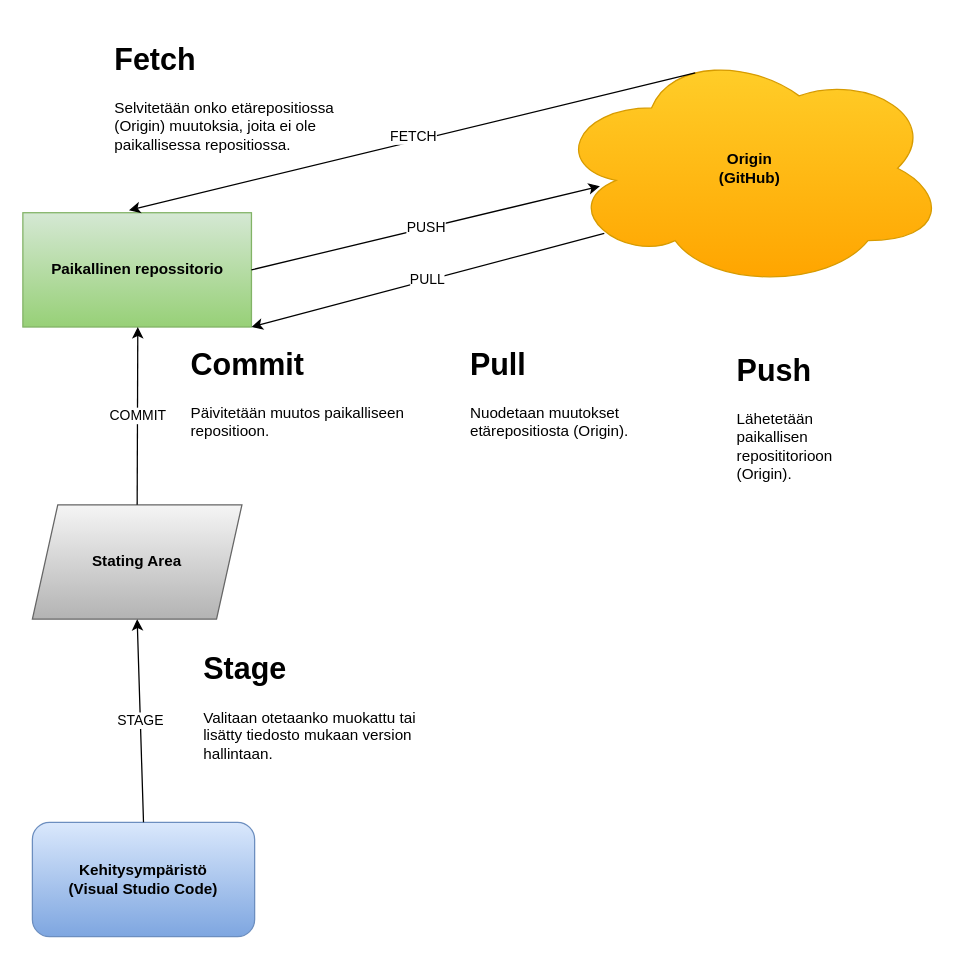
The draw.io diagram Docs/Pictures/Versiohallinta.drawio in JouniKiiskila/OhjelmointiTA, before the edit. Source tidied: cells renumbered, new cells numbered last; positions are measured from the earlier drawing's top-left corner, leaving out a move shared by most shapes. Both pictures are drawn from the tidied source at 127%, with x=0, y=0 at pixel (22, 34).
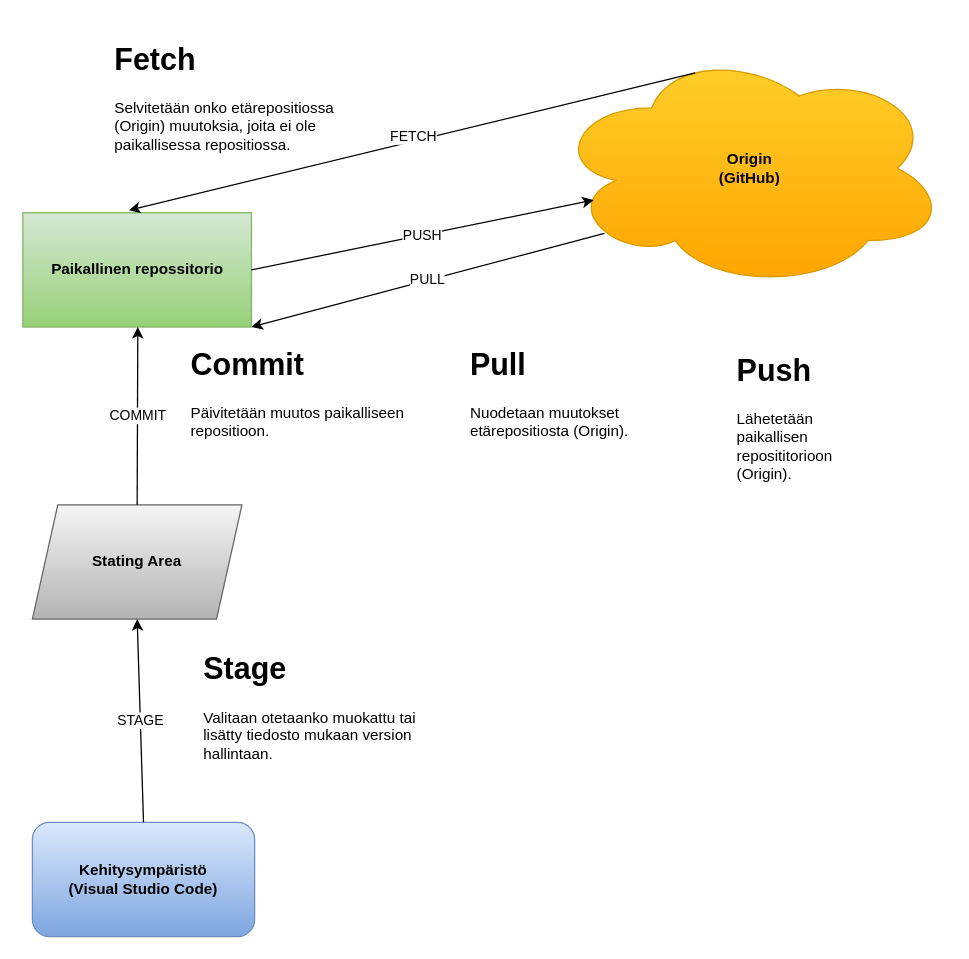
Above is the later version.

The edit, as a diff of the source:
```diff
@@
 <mxGraphModel>
   <root>
     <mxCell id="0" />
     <mxCell id="1" parent="0" />
     <mxCell id="2" value="Origin &lt;br style=&quot;font-size: 11px&quot;&gt;(GitHub)" style="ellipse;shape=cloud;whiteSpace=wrap;html=1;gradientColor=#ffa500;fillColor=#ffcd28;strokeColor=#d79b00;fontStyle=1;" parent="1" vertex="1">
       <mxGeometry x="418" y="10" width="310" height="190" as="geometry" />
     </mxCell>
     <mxCell id="3" value="&lt;b&gt;Paikallinen repossitorio&lt;/b&gt;" style="rounded=0;whiteSpace=wrap;html=1;gradientColor=#97d077;fillColor=#d5e8d4;strokeColor=#82b366;" parent="1" vertex="1">
       <mxGeometry x="0.5" y="140" width="180" height="90" as="geometry" />
     </mxCell>
     <mxCell id="4" value="&lt;b&gt;Kehitysympäristö&lt;br&gt;(Visual Studio Code)&lt;/b&gt;" style="rounded=1;whiteSpace=wrap;html=1;gradientColor=#7ea6e0;fillColor=#dae8fc;strokeColor=#6c8ebf;" parent="1" vertex="1">
       <mxGeometry x="8" y="620" width="175" height="90" as="geometry" />
     </mxCell>
     <mxCell id="5" value="&lt;b&gt;Stating Area&lt;/b&gt;" style="shape=parallelogram;perimeter=parallelogramPerimeter;whiteSpace=wrap;html=1;fixedSize=1;gradientColor=#b3b3b3;fillColor=#f5f5f5;strokeColor=#666666;" parent="1" vertex="1">
       <mxGeometry x="8" y="370" width="165" height="90" as="geometry" />
     </mxCell>
     <mxCell id="6" value="STAGE" style="endArrow=classic;html=1;exitX=0.5;exitY=0;exitDx=0;exitDy=0;entryX=0.5;entryY=1;entryDx=0;entryDy=0;labelBackgroundColor=#FFFFFF;" parent="1" edge="1" source="4" target="5">
       <mxGeometry relative="1" as="geometry" />
     </mxCell>
     <mxCell id="7" value="COMMIT" style="endArrow=classic;html=1;exitX=0.5;exitY=0;exitDx=0;exitDy=0;" parent="1" edge="1" source="5">
       <mxGeometry relative="1" as="geometry">
         <mxPoint x="91" y="230" as="targetPoint" />
       </mxGeometry>
     </mxCell>
-    <mxCell id="8" value="PUSH" style="endArrow=classic;html=1;labelBackgroundColor=#FFFFFF;exitX=1;exitY=0.5;exitDx=0;exitDy=0;entryX=0.119;entryY=0.574;entryDx=0;entryDy=0;entryPerimeter=0;" parent="1" edge="1" source="3" target="2">
+    <mxCell id="8" value="PUSH" style="endArrow=classic;html=1;labelBackgroundColor=#FFFFFF;exitX=1;exitY=0.5;exitDx=0;exitDy=0;entryX=0.103;entryY=0.632;entryDx=0;entryDy=0;entryPerimeter=0;" parent="1" edge="1" source="3" target="2">
       <mxGeometry relative="1" as="geometry" />
     </mxCell>
     <mxCell id="9" value="FETCH" style="endArrow=classic;html=1;labelBackgroundColor=#FFFFFF;exitX=0.361;exitY=0.105;exitDx=0;exitDy=0;exitPerimeter=0;entryX=0.464;entryY=-0.022;entryDx=0;entryDy=0;entryPerimeter=0;" parent="1" edge="1" source="2" target="3">
       <mxGeometry x="-0.01" y="-4" relative="1" as="geometry" />
     </mxCell>
     <mxCell id="10" value="PULL" style="endArrow=classic;html=1;labelBackgroundColor=#FFFFFF;entryX=1;entryY=1;entryDx=0;entryDy=0;exitX=0.13;exitY=0.77;exitDx=0;exitDy=0;exitPerimeter=0;" parent="1" edge="1" source="2" target="3">
       <mxGeometry relative="1" as="geometry" />
     </mxCell>
     <mxCell id="11" value="&lt;h1&gt;Stage&lt;/h1&gt;&lt;p&gt;Valitaan otetaanko muokattu tai lisätty tiedosto mukaan version hallintaan.&lt;/p&gt;" style="text;html=1;strokeColor=none;fillColor=none;spacing=5;spacingTop=-20;whiteSpace=wrap;overflow=hidden;rounded=0;" parent="1" vertex="1">
       <mxGeometry x="138" y="480" width="190" height="120" as="geometry" />
     </mxCell>
     <mxCell id="12" value="&lt;h1&gt;Commit&lt;/h1&gt;&lt;p&gt;Päivitetään muutos paikalliseen repositioon.&lt;/p&gt;" style="text;html=1;strokeColor=none;fillColor=none;spacing=5;spacingTop=-20;whiteSpace=wrap;overflow=hidden;rounded=0;" parent="1" vertex="1">
       <mxGeometry x="128" y="240" width="190" height="120" as="geometry" />
     </mxCell>
     <mxCell id="13" value="&lt;h1&gt;Fetch&lt;/h1&gt;&lt;p&gt;Selvitetään onko etärepositiossa (Origin) muutoksia, joita ei ole paikallisessa repositiossa.&lt;/p&gt;" style="text;html=1;strokeColor=none;fillColor=none;spacing=5;spacingTop=-20;whiteSpace=wrap;overflow=hidden;rounded=0;" parent="1" vertex="1">
       <mxGeometry x="68" width="190" height="120" as="geometry" />
     </mxCell>
     <mxCell id="14" value="&lt;h1&gt;Pull&lt;/h1&gt;&lt;p&gt;Nuodetaan muutokset etärepositiosta (Origin).&lt;/p&gt;" style="text;html=1;strokeColor=none;fillColor=none;spacing=5;spacingTop=-20;whiteSpace=wrap;overflow=hidden;rounded=0;" parent="1" vertex="1">
       <mxGeometry x="348" y="240" width="190" height="120" as="geometry" />
     </mxCell>
     <mxCell id="15" value="&lt;h1&gt;Push&lt;/h1&gt;&lt;p&gt;Lähetetään paikallisen reposititorioon (Origin).&lt;/p&gt;" style="text;html=1;strokeColor=none;fillColor=none;spacing=5;spacingTop=-20;whiteSpace=wrap;overflow=hidden;rounded=0;" parent="1" vertex="1">
       <mxGeometry x="558" y="245" width="120" height="110" as="geometry" />
     </mxCell>
   </root>
 </mxGraphModel>
```
